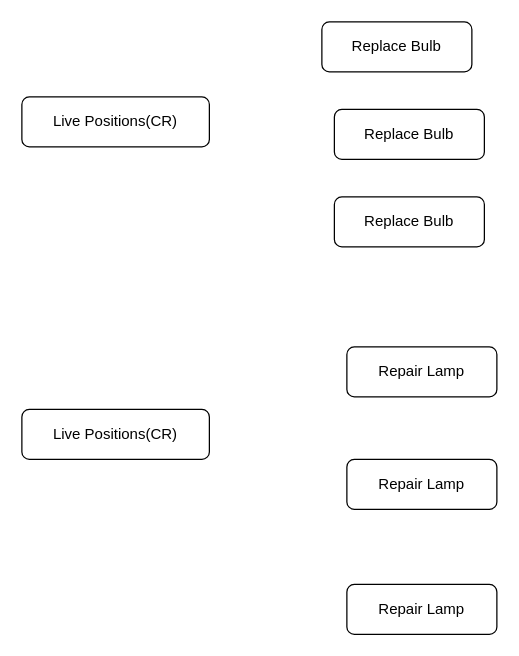
Earlier version of the draw.io diagram Untitled Diagram.drawio (arunkpk/AlgoTradingCode). Source tidied: cells renumbered, new cells numbered last; positions are measured from the earlier drawing's top-left corner, leaving out a move shared by most shapes. Both pictures are drawn from the tidied source at 125%, with x=0, y=0 at pixel (21, 21).
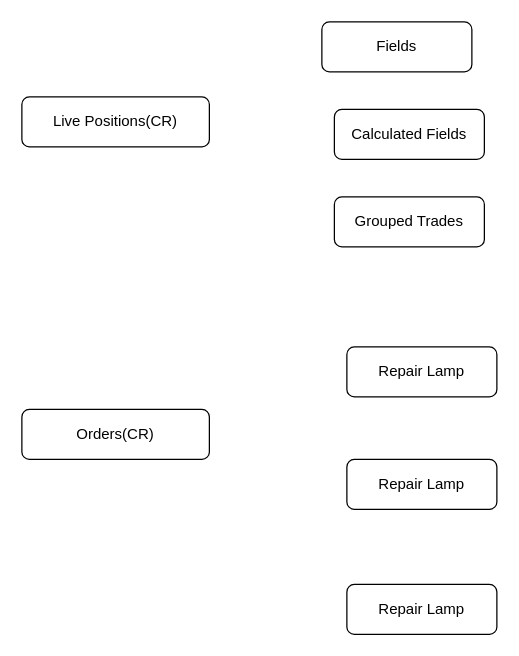
The same diagram, later.

Change to the diagram source:
```diff
@@
 <mxGraphModel>
   <root>
     <mxCell id="0" />
     <mxCell id="1" parent="0" />
     <mxCell id="2" value="Live Positions(CR)" style="rounded=1;whiteSpace=wrap;html=1;fontSize=12;glass=0;strokeWidth=1;shadow=0;" parent="1" vertex="1">
       <mxGeometry y="60" width="150" height="40" as="geometry" />
     </mxCell>
     <mxCell id="3" value="Repair Lamp" style="rounded=1;whiteSpace=wrap;html=1;fontSize=12;glass=0;strokeWidth=1;shadow=0;" parent="1" vertex="1">
       <mxGeometry x="260" y="260" width="120" height="40" as="geometry" />
     </mxCell>
-    <mxCell id="4" value="Replace Bulb" style="rounded=1;whiteSpace=wrap;html=1;fontSize=12;glass=0;strokeWidth=1;shadow=0;" parent="1" vertex="1">
+    <mxCell id="4" value="Fields" style="rounded=1;whiteSpace=wrap;html=1;fontSize=12;glass=0;strokeWidth=1;shadow=0;" parent="1" vertex="1">
       <mxGeometry x="240" width="120" height="40" as="geometry" />
     </mxCell>
-    <mxCell id="5" value="Live Positions(CR)" style="rounded=1;whiteSpace=wrap;html=1;fontSize=12;glass=0;strokeWidth=1;shadow=0;" parent="1" vertex="1">
+    <mxCell id="5" value="Orders(CR)&lt;br&gt;" style="rounded=1;whiteSpace=wrap;html=1;fontSize=12;glass=0;strokeWidth=1;shadow=0;" parent="1" vertex="1">
       <mxGeometry y="310" width="150" height="40" as="geometry" />
     </mxCell>
-    <mxCell id="6" value="Replace Bulb" style="rounded=1;whiteSpace=wrap;html=1;fontSize=12;glass=0;strokeWidth=1;shadow=0;" parent="1" vertex="1">
+    <mxCell id="6" value="Calculated Fields" style="rounded=1;whiteSpace=wrap;html=1;fontSize=12;glass=0;strokeWidth=1;shadow=0;" parent="1" vertex="1">
       <mxGeometry x="250" y="70" width="120" height="40" as="geometry" />
     </mxCell>
-    <mxCell id="7" value="Replace Bulb" style="rounded=1;whiteSpace=wrap;html=1;fontSize=12;glass=0;strokeWidth=1;shadow=0;" parent="1" vertex="1">
+    <mxCell id="7" value="Grouped Trades" style="rounded=1;whiteSpace=wrap;html=1;fontSize=12;glass=0;strokeWidth=1;shadow=0;" parent="1" vertex="1">
       <mxGeometry x="250" y="140" width="120" height="40" as="geometry" />
     </mxCell>
     <mxCell id="8" value="Repair Lamp" style="rounded=1;whiteSpace=wrap;html=1;fontSize=12;glass=0;strokeWidth=1;shadow=0;" parent="1" vertex="1">
       <mxGeometry x="260" y="350" width="120" height="40" as="geometry" />
     </mxCell>
     <mxCell id="9" value="Repair Lamp" style="rounded=1;whiteSpace=wrap;html=1;fontSize=12;glass=0;strokeWidth=1;shadow=0;" parent="1" vertex="1">
       <mxGeometry x="260" y="450" width="120" height="40" as="geometry" />
     </mxCell>
   </root>
 </mxGraphModel>
```
